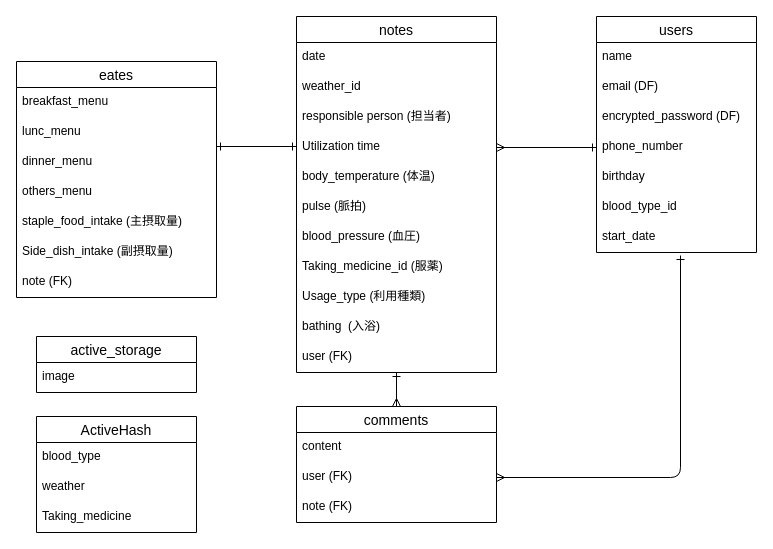
Above: ohana.dio in NRM129/ohana (draw.io), before the change. Source tidied: cells renumbered, new cells numbered last; positions are measured from the earlier drawing's top-left corner, leaving out a move shared by most shapes. Both pictures are drawn from the tidied source at 100%, with x=0, y=0 at pixel (16, 16).
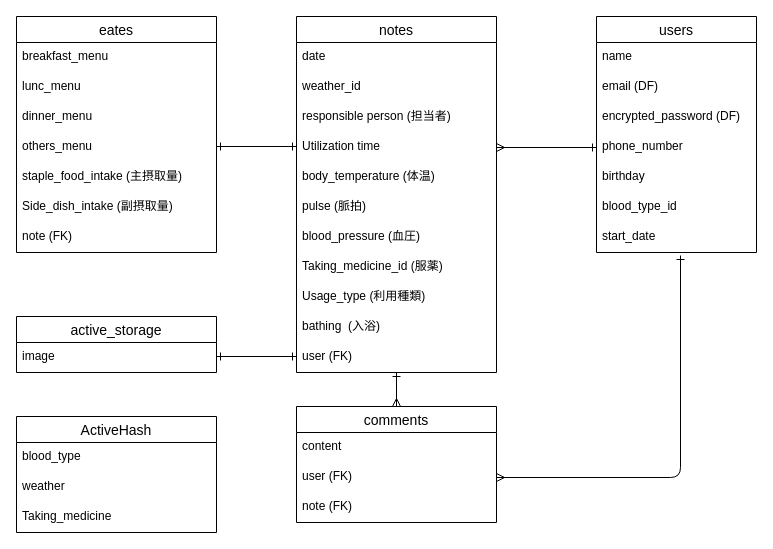
After the change.

The edit, as a diff of the source:
```diff
@@
     <mxCell id="22" value="eates" style="swimlane;fontStyle=0;horizontal=1;startSize=26;align=center;fontSize=14;" parent="1" vertex="1">
-      <mxGeometry y="45" width="200" height="236" as="geometry" />
+      <mxGeometry width="200" height="236" as="geometry" />
     </mxCell>
@@
     <mxCell id="30" value="ActiveHash" style="swimlane;fontStyle=0;horizontal=1;startSize=26;align=center;fontSize=14;" parent="1" vertex="1">
-      <mxGeometry x="20" y="400" width="160" height="116" as="geometry" />
+      <mxGeometry y="400" width="200" height="116" as="geometry" />
     </mxCell>
     <mxCell id="31" value="blood_type" style="text;strokeColor=none;fillColor=none;spacingLeft=4;spacingRight=4;overflow=hidden;fontSize=12;" parent="30" vertex="1">
-      <mxGeometry y="26" width="160" height="30" as="geometry" />
+      <mxGeometry y="26" width="200" height="30" as="geometry" />
     </mxCell>
     <mxCell id="32" value="weather" style="text;strokeColor=none;fillColor=none;spacingLeft=4;spacingRight=4;overflow=hidden;fontSize=12;" parent="30" vertex="1">
-      <mxGeometry y="56" width="160" height="30" as="geometry" />
+      <mxGeometry y="56" width="200" height="30" as="geometry" />
     </mxCell>
     <mxCell id="33" value="Taking_medicine" style="text;strokeColor=none;fillColor=none;spacingLeft=4;spacingRight=4;overflow=hidden;fontSize=12;" parent="30" vertex="1">
-      <mxGeometry y="86" width="160" height="30" as="geometry" />
+      <mxGeometry y="86" width="200" height="30" as="geometry" />
     </mxCell>
@@
     <mxCell id="38" value="active_storage" style="swimlane;fontStyle=0;horizontal=1;startSize=26;align=center;fontSize=14;" parent="1" vertex="1">
-      <mxGeometry x="20" y="320" width="160" height="56" as="geometry" />
+      <mxGeometry y="300" width="200" height="56" as="geometry" />
     </mxCell>
     <mxCell id="39" value="image" style="text;strokeColor=none;fillColor=none;spacingLeft=4;spacingRight=4;overflow=hidden;fontSize=12;" parent="38" vertex="1">
-      <mxGeometry y="26" width="160" height="30" as="geometry" />
+      <mxGeometry y="26" width="200" height="30" as="geometry" />
     </mxCell>
@@
+    <mxCell id="44" style="html=1;exitX=1;exitY=0.5;exitDx=0;exitDy=0;endArrow=ERone;endFill=0;startArrow=ERone;startFill=0;" parent="1" edge="1">
+      <mxGeometry relative="1" as="geometry">
+        <mxPoint x="200" y="340" as="sourcePoint" />
+        <mxPoint x="280" y="340" as="targetPoint" />
+      </mxGeometry>
+    </mxCell>
```
